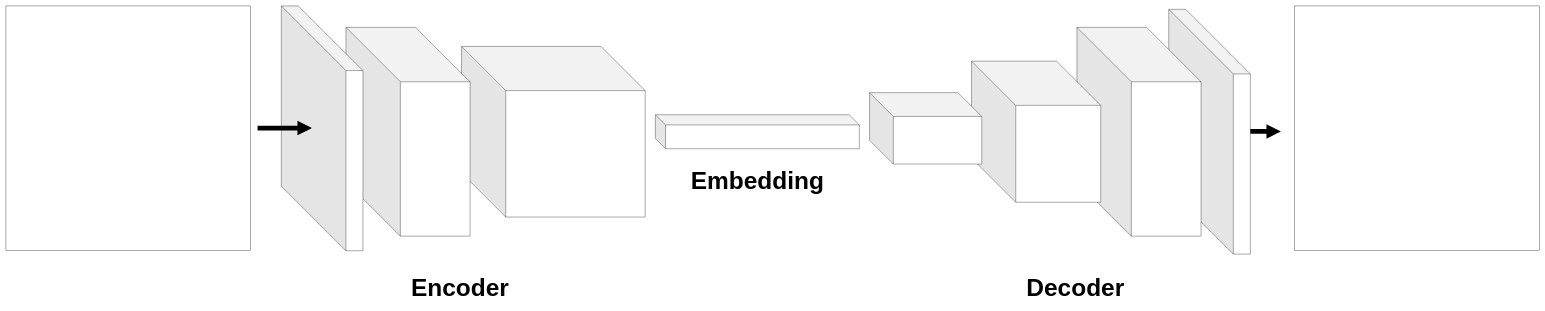
This is figures/encoder.drawio from JingchengYang4/DAIS, a draw.io file, before an edit. Source tidied: cells renumbered, new cells numbered last; positions are measured from the earlier drawing's top-left corner, leaving out a move shared by most shapes. Both pictures are drawn from the tidied source at 34%, with x=0, y=0 at pixel (6, 6).
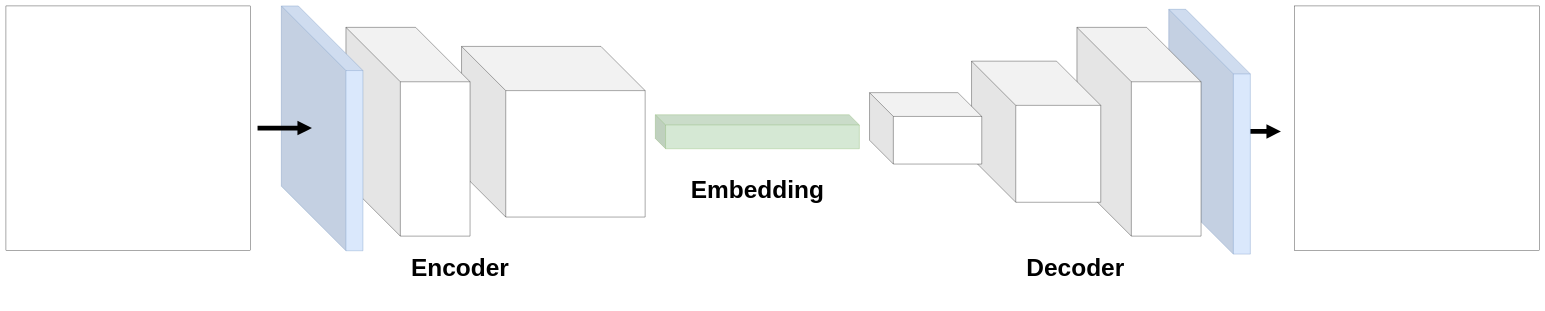
Above is the later version.

Diff of the diagram source:
```diff
@@
 <mxGraphModel>
   <root>
     <mxCell id="0" />
     <mxCell id="1" parent="0" />
     <mxCell id="2" style="endArrow=block;html=1;rounded=0;fontSize=72;strokeWidth=14;endFill=1;" parent="1" edge="1">
       <mxGeometry relative="1" as="geometry">
         <mxPoint x="3590" y="369" as="sourcePoint" />
         <mxPoint x="3750" y="369" as="targetPoint" />
       </mxGeometry>
     </mxCell>
-    <mxCell id="3" style="shape=cube;whiteSpace=wrap;html=1;boundedLbl=1;backgroundOutline=1;darkOpacity=0.05;darkOpacity2=0.1;fontSize=24;size=190;" parent="1" vertex="1">
+    <mxCell id="3" style="shape=cube;whiteSpace=wrap;html=1;boundedLbl=1;backgroundOutline=1;darkOpacity=0.05;darkOpacity2=0.1;fontSize=24;size=190;fillColor=#dae8fc;strokeColor=#6c8ebf;" parent="1" vertex="1">
       <mxGeometry x="3420" y="9.9" width="240" height="720" as="geometry" />
     </mxCell>
     <mxCell id="4" style="shape=cube;whiteSpace=wrap;html=1;boundedLbl=1;backgroundOutline=1;darkOpacity=0.05;darkOpacity2=0.1;fontSize=24;size=160;" parent="1" vertex="1">
       <mxGeometry x="3150" y="63" width="365" height="614" as="geometry" />
     </mxCell>
     <mxCell id="5" style="shape=cube;whiteSpace=wrap;html=1;boundedLbl=1;backgroundOutline=1;darkOpacity=0.05;darkOpacity2=0.1;fontSize=24;size=130;" parent="1" vertex="1">
       <mxGeometry x="2840" y="162.4" width="380" height="415" as="geometry" />
     </mxCell>
     <mxCell id="6" style="shape=cube;whiteSpace=wrap;html=1;boundedLbl=1;backgroundOutline=1;darkOpacity=0.05;darkOpacity2=0.1;fontSize=24;size=70;" parent="1" vertex="1">
       <mxGeometry x="2540" y="255" width="330" height="210" as="geometry" />
     </mxCell>
-    <mxCell id="7" style="shape=cube;whiteSpace=wrap;html=1;boundedLbl=1;backgroundOutline=1;darkOpacity=0.05;darkOpacity2=0.1;fontSize=24;size=30;" parent="1" vertex="1">
+    <mxCell id="7" style="shape=cube;whiteSpace=wrap;html=1;boundedLbl=1;backgroundOutline=1;darkOpacity=0.05;darkOpacity2=0.1;fontSize=24;size=30;fillColor=#d5e8d4;strokeColor=#82b366;" parent="1" vertex="1">
       <mxGeometry x="1910" y="320" width="600" height="100" as="geometry" />
     </mxCell>
     <mxCell id="8" style="shape=cube;whiteSpace=wrap;html=1;boundedLbl=1;backgroundOutline=1;darkOpacity=0.05;darkOpacity2=0.1;fontSize=24;size=130;" parent="1" vertex="1">
       <mxGeometry x="1340" y="119" width="540" height="501.9" as="geometry" />
     </mxCell>
     <mxCell id="9" style="whiteSpace=wrap;html=1;" parent="1" vertex="1">
       <mxGeometry width="720" height="720" as="geometry" />
     </mxCell>
     <mxCell id="10" value="&lt;font style=&quot;font-size: 72px;&quot;&gt;&lt;b style=&quot;font-size: 72px;&quot;&gt;Encoder&lt;/b&gt;&lt;/font&gt;" style="text;html=1;align=center;verticalAlign=middle;strokeColor=none;fillColor=none;fontSize=72;" parent="1" vertex="1">
-      <mxGeometry x="1180" y="780" width="310" height="100" as="geometry" />
+      <mxGeometry x="1180" y="720" width="310" height="100" as="geometry" />
     </mxCell>
     <mxCell id="11" style="shape=cube;whiteSpace=wrap;html=1;boundedLbl=1;backgroundOutline=1;darkOpacity=0.05;darkOpacity2=0.1;fontSize=24;size=160;" parent="1" vertex="1">
       <mxGeometry x="1000" y="63" width="365" height="614" as="geometry" />
     </mxCell>
-    <mxCell id="12" style="shape=cube;whiteSpace=wrap;html=1;boundedLbl=1;backgroundOutline=1;darkOpacity=0.05;darkOpacity2=0.1;fontSize=24;size=190;" parent="1" vertex="1">
+    <mxCell id="12" style="shape=cube;whiteSpace=wrap;html=1;boundedLbl=1;backgroundOutline=1;darkOpacity=0.05;darkOpacity2=0.1;fontSize=24;size=190;fillColor=#dae8fc;strokeColor=#6c8ebf;" parent="1" vertex="1">
       <mxGeometry x="810" width="240" height="720" as="geometry" />
     </mxCell>
     <mxCell id="13" value="&lt;font style=&quot;font-size: 72px;&quot;&gt;&lt;b style=&quot;font-size: 72px;&quot;&gt;Decoder&lt;/b&gt;&lt;/font&gt;" style="text;html=1;align=center;verticalAlign=middle;strokeColor=none;fillColor=none;fontSize=72;" parent="1" vertex="1">
-      <mxGeometry x="2990" y="780" width="310" height="100" as="geometry" />
+      <mxGeometry x="2990" y="720" width="310" height="100" as="geometry" />
     </mxCell>
     <mxCell id="14" style="endArrow=block;html=1;rounded=0;fontSize=72;strokeWidth=14;endFill=1;" parent="1" edge="1">
       <mxGeometry relative="1" as="geometry">
         <mxPoint x="740" y="359" as="sourcePoint" />
         <mxPoint x="900" y="359" as="targetPoint" />
       </mxGeometry>
     </mxCell>
     <mxCell id="15" value="&lt;font style=&quot;font-size: 72px;&quot;&gt;&lt;b style=&quot;font-size: 72px;&quot;&gt;Embedding&lt;/b&gt;&lt;/font&gt;" style="text;html=1;align=center;verticalAlign=middle;strokeColor=none;fillColor=none;fontSize=72;" parent="1" vertex="1">
-      <mxGeometry x="2000" y="465" width="420" height="100" as="geometry" />
+      <mxGeometry x="2000" y="490" width="420" height="100" as="geometry" />
     </mxCell>
     <mxCell id="16" style="whiteSpace=wrap;html=1;" parent="1" vertex="1">
       <mxGeometry x="3790" width="720" height="720" as="geometry" />
     </mxCell>
   </root>
 </mxGraphModel>
```
